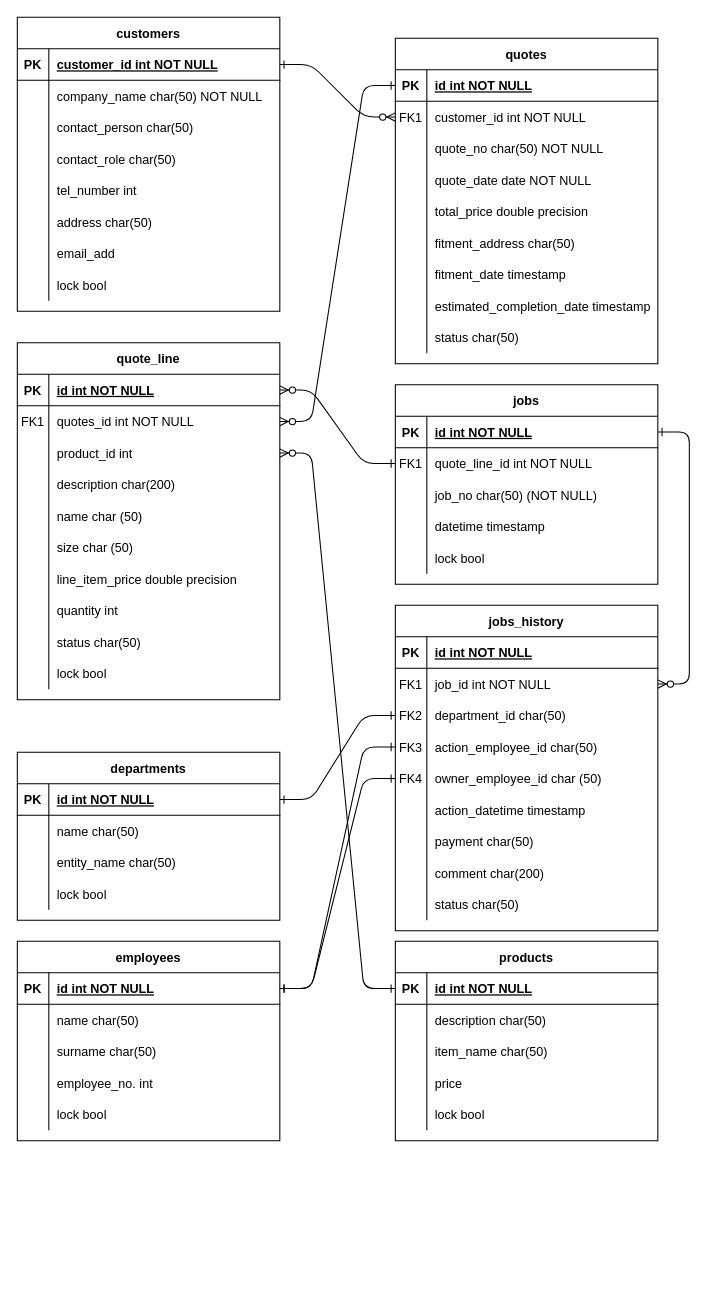
Earlier version of the draw.io diagram design spec/ERD (1).drawio (prinsloo-dev/Circle-Rhino). Source tidied: cells renumbered, new cells numbered last; positions are measured from the earlier drawing's top-left corner, leaving out a move shared by most shapes. Both pictures are drawn from the tidied source at 105%, with x=0, y=0 at pixel (17, 17).
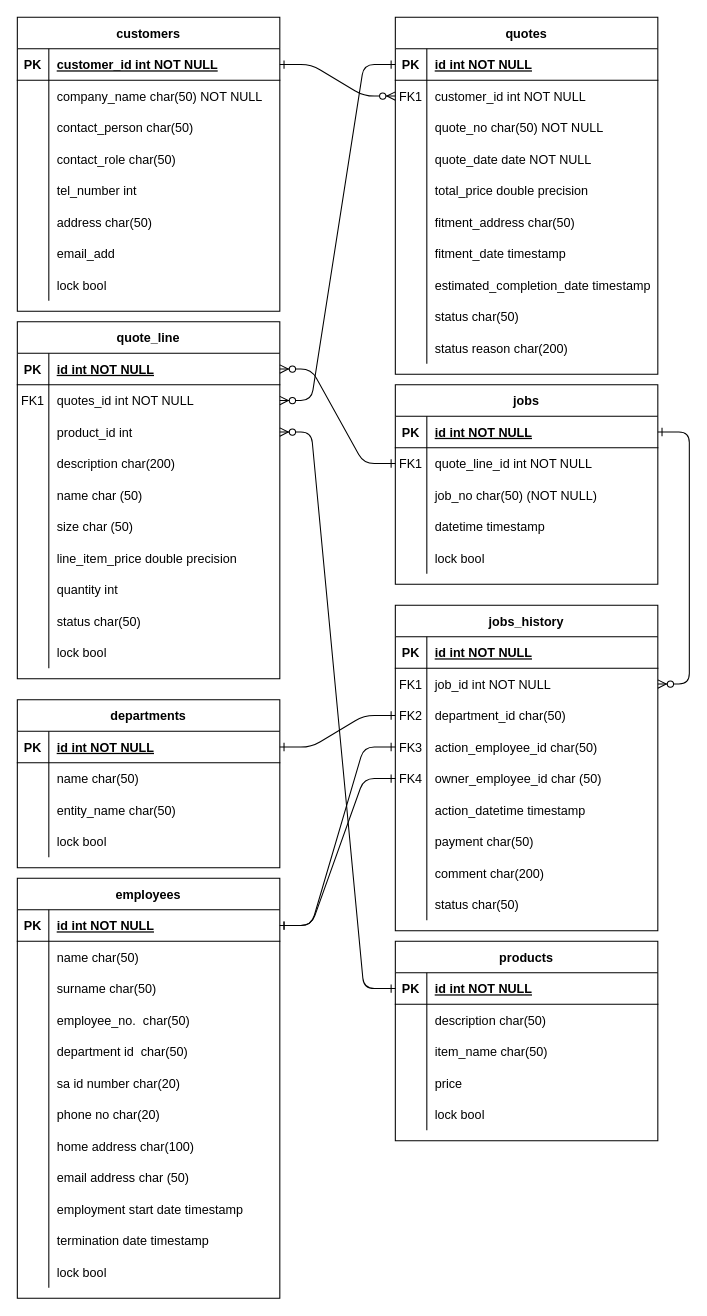
The same page after the edit.

The change refers to these unchanged cells:
```xml
<mxCell id="114" style="shape=partialRectangle;fillColor=none;top=0;left=0;right=0;bottom=0;" parent="104" vertex="1">
  <mxGeometry y="120" width="250" height="30" as="geometry" />
</mxCell>
```

The edit, as a diff of the source:
```diff
@@
     <mxCell id="4" value="quotes" style="shape=table;startSize=30;childLayout=tableLayout;rowLines=0;fontStyle=1;align=center;" parent="1" vertex="1">
-      <mxGeometry x="360" y="20" width="250" height="310" as="geometry" />
+      <mxGeometry x="360" width="250" height="340" as="geometry" />
     </mxCell>
@@
+    <mxCell id="184" style="shape=partialRectangle;fillColor=none;top=0;left=0;right=0;bottom=0;" parent="4" vertex="1">
+      <mxGeometry y="300" width="250" height="30" as="geometry" />
+    </mxCell>
+    <mxCell id="185" style="shape=partialRectangle;overflow=hidden;fillColor=none;top=0;left=0;bottom=0;right=0;" parent="184" vertex="1">
+      <mxGeometry width="30" height="30" as="geometry" />
+    </mxCell>
+    <mxCell id="186" value="status reason char(200)" style="shape=partialRectangle;overflow=hidden;fillColor=none;top=0;left=0;bottom=0;right=0;align=left;spacingLeft=6;" parent="184" vertex="1">
+      <mxGeometry x="30" width="220" height="30" as="geometry" />
+    </mxCell>
     <mxCell id="32" value="quote_line" style="shape=table;startSize=30;childLayout=tableLayout;rowLines=0;fontStyle=1;align=center;" parent="1" vertex="1">
-      <mxGeometry y="310" width="250" height="340" as="geometry" />
+      <mxGeometry y="290" width="250" height="340" as="geometry" />
     </mxCell>
@@
     <mxCell id="104" value="employees" style="shape=table;startSize=30;childLayout=tableLayout;rowLines=0;fontStyle=1;align=center;" parent="1" vertex="1">
-      <mxGeometry y="880" width="250" height="190" as="geometry" />
+      <mxGeometry y="820" width="250" height="400" as="geometry" />
     </mxCell>
@@
-    <mxCell id="116" value="employee_no. int" style="shape=partialRectangle;overflow=hidden;fillColor=none;top=0;left=0;bottom=0;right=0;align=left;spacingLeft=6;" parent="114" vertex="1">
+    <mxCell id="116" value="employee_no.  char(50)" style="shape=partialRectangle;overflow=hidden;fillColor=none;top=0;left=0;bottom=0;right=0;align=left;spacingLeft=6;" parent="114" vertex="1">
       <mxGeometry x="30" width="220" height="30" as="geometry" />
     </mxCell>
+    <mxCell id="187" style="shape=partialRectangle;fillColor=none;top=0;left=0;right=0;bottom=0;" parent="104" vertex="1">
+      <mxGeometry y="150" width="250" height="30" as="geometry" />
+    </mxCell>
+    <mxCell id="188" style="shape=partialRectangle;overflow=hidden;fillColor=none;top=0;left=0;bottom=0;right=0;" parent="187" vertex="1">
+      <mxGeometry width="30" height="30" as="geometry" />
+    </mxCell>
+    <mxCell id="189" value="department id  char(50)" style="shape=partialRectangle;overflow=hidden;fillColor=none;top=0;left=0;bottom=0;right=0;align=left;spacingLeft=6;" parent="187" vertex="1">
+      <mxGeometry x="30" width="220" height="30" as="geometry" />
+    </mxCell>
+    <mxCell id="190" style="shape=partialRectangle;fillColor=none;top=0;left=0;right=0;bottom=0;" parent="104" vertex="1">
+      <mxGeometry y="180" width="250" height="30" as="geometry" />
+    </mxCell>
+    <mxCell id="191" style="shape=partialRectangle;overflow=hidden;fillColor=none;top=0;left=0;bottom=0;right=0;" parent="190" vertex="1">
+      <mxGeometry width="30" height="30" as="geometry" />
+    </mxCell>
+    <mxCell id="192" value="sa id number char(20)" style="shape=partialRectangle;overflow=hidden;fillColor=none;top=0;left=0;bottom=0;right=0;align=left;spacingLeft=6;" parent="190" vertex="1">
+      <mxGeometry x="30" width="220" height="30" as="geometry" />
+    </mxCell>
+    <mxCell id="193" style="shape=partialRectangle;fillColor=none;top=0;left=0;right=0;bottom=0;" parent="104" vertex="1">
+      <mxGeometry y="210" width="250" height="30" as="geometry" />
+    </mxCell>
+    <mxCell id="194" style="shape=partialRectangle;overflow=hidden;fillColor=none;top=0;left=0;bottom=0;right=0;" parent="193" vertex="1">
+      <mxGeometry width="30" height="30" as="geometry" />
+    </mxCell>
+    <mxCell id="195" value="phone no char(20)" style="shape=partialRectangle;overflow=hidden;fillColor=none;top=0;left=0;bottom=0;right=0;align=left;spacingLeft=6;" parent="193" vertex="1">
+      <mxGeometry x="30" width="220" height="30" as="geometry" />
+    </mxCell>
+    <mxCell id="196" style="shape=partialRectangle;fillColor=none;top=0;left=0;right=0;bottom=0;" parent="104" vertex="1">
+      <mxGeometry y="240" width="250" height="30" as="geometry" />
+    </mxCell>
+    <mxCell id="197" style="shape=partialRectangle;overflow=hidden;fillColor=none;top=0;left=0;bottom=0;right=0;" parent="196" vertex="1">
+      <mxGeometry width="30" height="30" as="geometry" />
+    </mxCell>
+    <mxCell id="198" value="home address char(100)" style="shape=partialRectangle;overflow=hidden;fillColor=none;top=0;left=0;bottom=0;right=0;align=left;spacingLeft=6;" parent="196" vertex="1">
+      <mxGeometry x="30" width="220" height="30" as="geometry" />
+    </mxCell>
+    <mxCell id="199" style="shape=partialRectangle;fillColor=none;top=0;left=0;right=0;bottom=0;" parent="104" vertex="1">
+      <mxGeometry y="270" width="250" height="30" as="geometry" />
+    </mxCell>
+    <mxCell id="200" style="shape=partialRectangle;overflow=hidden;fillColor=none;top=0;left=0;bottom=0;right=0;" parent="199" vertex="1">
+      <mxGeometry width="30" height="30" as="geometry" />
+    </mxCell>
+    <mxCell id="201" value="email address char (50)" style="shape=partialRectangle;overflow=hidden;fillColor=none;top=0;left=0;bottom=0;right=0;align=left;spacingLeft=6;" parent="199" vertex="1">
+      <mxGeometry x="30" width="220" height="30" as="geometry" />
+    </mxCell>
+    <mxCell id="202" style="shape=partialRectangle;fillColor=none;top=0;left=0;right=0;bottom=0;" parent="104" vertex="1">
+      <mxGeometry y="300" width="250" height="30" as="geometry" />
+    </mxCell>
+    <mxCell id="203" style="shape=partialRectangle;overflow=hidden;fillColor=none;top=0;left=0;bottom=0;right=0;" parent="202" vertex="1">
+      <mxGeometry width="30" height="30" as="geometry" />
+    </mxCell>
+    <mxCell id="204" value="employment start date timestamp" style="shape=partialRectangle;overflow=hidden;fillColor=none;top=0;left=0;bottom=0;right=0;align=left;spacingLeft=6;" parent="202" vertex="1">
+      <mxGeometry x="30" width="220" height="30" as="geometry" />
+    </mxCell>
+    <mxCell id="205" style="shape=partialRectangle;fillColor=none;top=0;left=0;right=0;bottom=0;" parent="104" vertex="1">
+      <mxGeometry y="330" width="250" height="30" as="geometry" />
+    </mxCell>
+    <mxCell id="206" style="shape=partialRectangle;overflow=hidden;fillColor=none;top=0;left=0;bottom=0;right=0;" parent="205" vertex="1">
+      <mxGeometry width="30" height="30" as="geometry" />
+    </mxCell>
+    <mxCell id="207" value="termination date timestamp" style="shape=partialRectangle;overflow=hidden;fillColor=none;top=0;left=0;bottom=0;right=0;align=left;spacingLeft=6;" parent="205" vertex="1">
+      <mxGeometry x="30" width="220" height="30" as="geometry" />
+    </mxCell>
     <mxCell id="117" style="shape=partialRectangle;fillColor=none;top=0;left=0;right=0;bottom=0;" parent="104" vertex="1">
-      <mxGeometry y="150" width="250" height="30" as="geometry" />
+      <mxGeometry y="360" width="250" height="30" as="geometry" />
     </mxCell>
@@
     <mxCell id="120" value="departments" style="shape=table;startSize=30;childLayout=tableLayout;rowLines=0;fontStyle=1;align=center;" parent="1" vertex="1">
-      <mxGeometry y="700" width="250" height="160" as="geometry" />
+      <mxGeometry y="650" width="250" height="160" as="geometry" />
     </mxCell>
@@
     <mxCell id="183" value="fitment_date timestamp" style="shape=partialRectangle;overflow=hidden;fillColor=none;top=0;left=0;bottom=0;right=0;align=left;spacingLeft=6;" parent="1" vertex="1">
-      <mxGeometry x="390" y="230" width="220" height="30" as="geometry" />
+      <mxGeometry x="390" y="210" width="220" height="30" as="geometry" />
     </mxCell>
```
